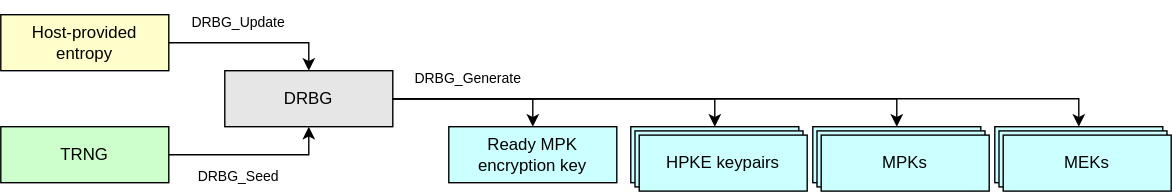
chipsalliance/Caliptra keeps this draw.io diagram as doc/ocp_lock/diagrams/drbg_diagram.drawio.svg. Above is the earlier version. Source tidied: cells renumbered, new cells last; positions are measured from the earlier drawing's top-left corner, leaving out a move shared by most shapes.
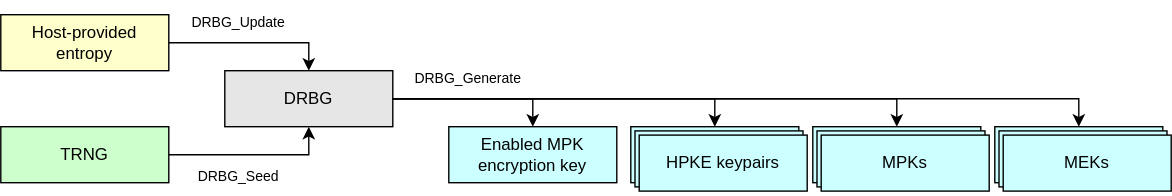
After the change.

Commit message:
Rename "Ready MPK" to "Enabled MPK".

Diff of the diagram source:
```diff
@@ -52,7 +52,7 @@
     <mxCell id="15" value="DRBG_Generate" style="text;strokeColor=none;align=center;fillColor=none;html=1;verticalAlign=middle;whiteSpace=wrap;rounded=0;fontSize=10;" parent="1" vertex="1">
       <mxGeometry x="280" y="40" width="108" height="30" as="geometry" />
     </mxCell>
-    <mxCell id="16" value="&lt;div&gt;&lt;font color=&quot;#000000&quot;&gt;Ready MPK encryption key&lt;/font&gt;&lt;/div&gt;" style="rounded=0;whiteSpace=wrap;html=1;align=center;verticalAlign=middle;shadow=0;glass=0;spacingLeft=0;spacingBottom=0;spacingTop=0;fillColor=#CCFFFF;" parent="1" vertex="1">
+    <mxCell id="16" value="&lt;div&gt;&lt;font color=&quot;#000000&quot;&gt;Enabled MPK encryption key&lt;/font&gt;&lt;/div&gt;" style="rounded=0;whiteSpace=wrap;html=1;align=center;verticalAlign=middle;shadow=0;glass=0;spacingLeft=0;spacingBottom=0;spacingTop=0;fillColor=#CCFFFF;" parent="1" vertex="1">
       <mxGeometry x="320" y="90" width="120" height="40" as="geometry" />
     </mxCell>
     <mxCell id="17" style="edgeStyle=orthogonalEdgeStyle;endArrow=classic;html=1;rounded=0;endSize=6;startSize=6;exitX=1;exitY=0.5;exitDx=0;exitDy=0;entryX=0.5;entryY=0;entryDx=0;entryDy=0;" parent="1" edge="1" source="2" target="16">
```
